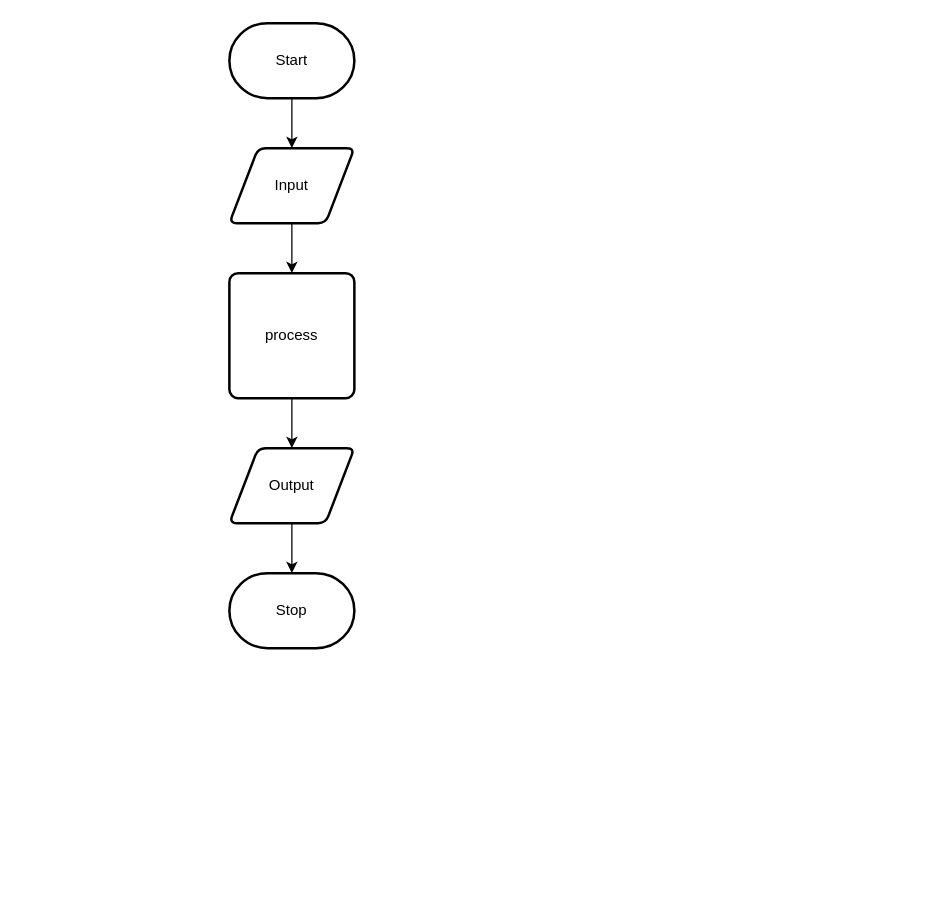
Above: design/flow-chart.drawio in Claire-Bedrossian/ICS2O-Assignment-6-JS (draw.io), before the change. Source tidied: cells renumbered, new cells numbered last; positions are measured from the earlier drawing's top-left corner, leaving out a move shared by most shapes. Both pictures are drawn from the tidied source at 125%, with x=0, y=0 at pixel (229, 22).
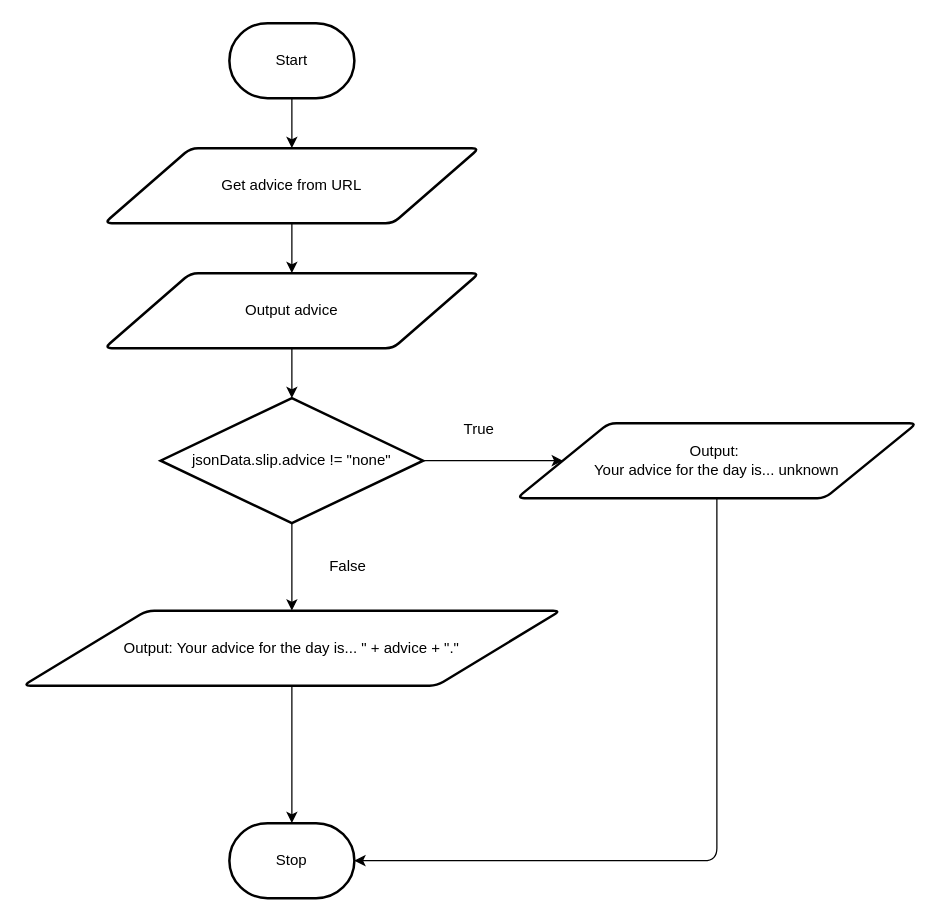
The same diagram, later.

Commit message (it also covers changes not shown here):
added flowchart and storyboard

What changed in the source:
```diff
@@
 <mxGraphModel>
   <root>
     <mxCell id="0" />
     <mxCell id="1" parent="0" />
     <mxCell id="2" style="edgeStyle=none;html=1;" parent="1" edge="1" source="3" target="5">
       <mxGeometry relative="1" as="geometry" />
     </mxCell>
     <mxCell id="3" value="Start" style="strokeWidth=2;html=1;shape=mxgraph.flowchart.terminator;whiteSpace=wrap;" parent="1" vertex="1">
       <mxGeometry width="100" height="60" as="geometry" />
     </mxCell>
-    <mxCell id="4" style="edgeStyle=none;html=1;" parent="1" edge="1" source="5" target="7">
-      <mxGeometry relative="1" as="geometry" />
+    <mxCell id="4" style="edgeStyle=none;html=1;" parent="1" edge="1" source="5">
+      <mxGeometry relative="1" as="geometry">
+        <mxPoint x="50" y="200" as="targetPoint" />
+      </mxGeometry>
     </mxCell>
-    <mxCell id="5" value="Input" style="shape=parallelogram;html=1;strokeWidth=2;perimeter=parallelogramPerimeter;whiteSpace=wrap;rounded=1;arcSize=12;size=0.23;" parent="1" vertex="1">
-      <mxGeometry y="100" width="100" height="60" as="geometry" />
+    <mxCell id="5" value="Get advice from URL" style="shape=parallelogram;html=1;strokeWidth=2;perimeter=parallelogramPerimeter;whiteSpace=wrap;rounded=1;arcSize=12;size=0.23;" parent="1" vertex="1">
+      <mxGeometry x="-100" y="100" width="300" height="60" as="geometry" />
     </mxCell>
-    <mxCell id="6" style="edgeStyle=none;html=1;" parent="1" edge="1" source="7" target="9">
-      <mxGeometry relative="1" as="geometry" />
-    </mxCell>
-    <mxCell id="7" value="process" style="rounded=1;whiteSpace=wrap;html=1;absoluteArcSize=1;arcSize=14;strokeWidth=2;" parent="1" vertex="1">
-      <mxGeometry y="200" width="100" height="100" as="geometry" />
-    </mxCell>
-    <mxCell id="8" style="edgeStyle=none;html=1;" parent="1" edge="1" source="9" target="10">
-      <mxGeometry relative="1" as="geometry" />
-    </mxCell>
-    <mxCell id="9" value="Output" style="shape=parallelogram;html=1;strokeWidth=2;perimeter=parallelogramPerimeter;whiteSpace=wrap;rounded=1;arcSize=12;size=0.23;" parent="1" vertex="1">
-      <mxGeometry y="340" width="100" height="60" as="geometry" />
-    </mxCell>
     <mxCell id="10" value="Stop" style="strokeWidth=2;html=1;shape=mxgraph.flowchart.terminator;whiteSpace=wrap;" parent="1" vertex="1">
-      <mxGeometry y="440" width="100" height="60" as="geometry" />
+      <mxGeometry y="640" width="100" height="60" as="geometry" />
     </mxCell>
+    <mxCell id="11" style="edgeStyle=none;html=1;" parent="1" edge="1" source="12" target="15">
+      <mxGeometry relative="1" as="geometry" />
+    </mxCell>
+    <mxCell id="12" value="Output advice" style="shape=parallelogram;html=1;strokeWidth=2;perimeter=parallelogramPerimeter;whiteSpace=wrap;rounded=1;arcSize=12;size=0.23;" parent="1" vertex="1">
+      <mxGeometry x="-100" y="200" width="300" height="60" as="geometry" />
+    </mxCell>
+    <mxCell id="13" style="edgeStyle=none;html=1;entryX=0.5;entryY=0;entryDx=0;entryDy=0;" parent="1" edge="1" source="15" target="17">
+      <mxGeometry relative="1" as="geometry" />
+    </mxCell>
+    <mxCell id="14" style="edgeStyle=none;html=1;" parent="1" edge="1" source="15" target="19">
+      <mxGeometry relative="1" as="geometry" />
+    </mxCell>
+    <mxCell id="15" value="jsonData.slip.advice != &quot;none&quot;" style="strokeWidth=2;html=1;shape=mxgraph.flowchart.decision;whiteSpace=wrap;" parent="1" vertex="1">
+      <mxGeometry x="-55" y="300" width="210" height="100" as="geometry" />
+    </mxCell>
+    <mxCell id="16" style="edgeStyle=none;html=1;entryX=0.5;entryY=0;entryDx=0;entryDy=0;entryPerimeter=0;" parent="1" edge="1" source="17" target="10">
+      <mxGeometry relative="1" as="geometry" />
+    </mxCell>
+    <mxCell id="17" value="&lt;div&gt;&lt;span&gt;Output: Your advice for the day is... &quot; + advice + &quot;.&quot;&lt;/span&gt;&lt;br&gt;&lt;/div&gt;" style="shape=parallelogram;html=1;strokeWidth=2;perimeter=parallelogramPerimeter;whiteSpace=wrap;rounded=1;arcSize=12;size=0.23;" parent="1" vertex="1">
+      <mxGeometry x="-165" y="470" width="430" height="60" as="geometry" />
+    </mxCell>
+    <mxCell id="18" style="edgeStyle=none;html=1;entryX=1;entryY=0.5;entryDx=0;entryDy=0;entryPerimeter=0;" parent="1" edge="1" source="19" target="10">
+      <mxGeometry relative="1" as="geometry">
+        <Array as="points">
+          <mxPoint x="390" y="670" />
+        </Array>
+      </mxGeometry>
+    </mxCell>
+    <mxCell id="19" value="&lt;div&gt;&lt;span&gt;Output:&amp;nbsp;&lt;/span&gt;&lt;/div&gt;Your advice for the day is... unknown" style="shape=parallelogram;html=1;strokeWidth=2;perimeter=parallelogramPerimeter;whiteSpace=wrap;rounded=1;arcSize=12;size=0.23;" parent="1" vertex="1">
+      <mxGeometry x="230" y="320" width="320" height="60" as="geometry" />
+    </mxCell>
+    <mxCell id="20" value="True" style="text;html=1;strokeColor=none;fillColor=none;align=center;verticalAlign=middle;whiteSpace=wrap;rounded=0;" parent="1" vertex="1">
+      <mxGeometry x="170" y="310" width="60" height="30" as="geometry" />
+    </mxCell>
+    <mxCell id="21" value="False" style="text;html=1;strokeColor=none;fillColor=none;align=center;verticalAlign=middle;whiteSpace=wrap;rounded=0;" parent="1" vertex="1">
+      <mxGeometry x="65" y="420" width="60" height="30" as="geometry" />
+    </mxCell>
   </root>
 </mxGraphModel>
```
